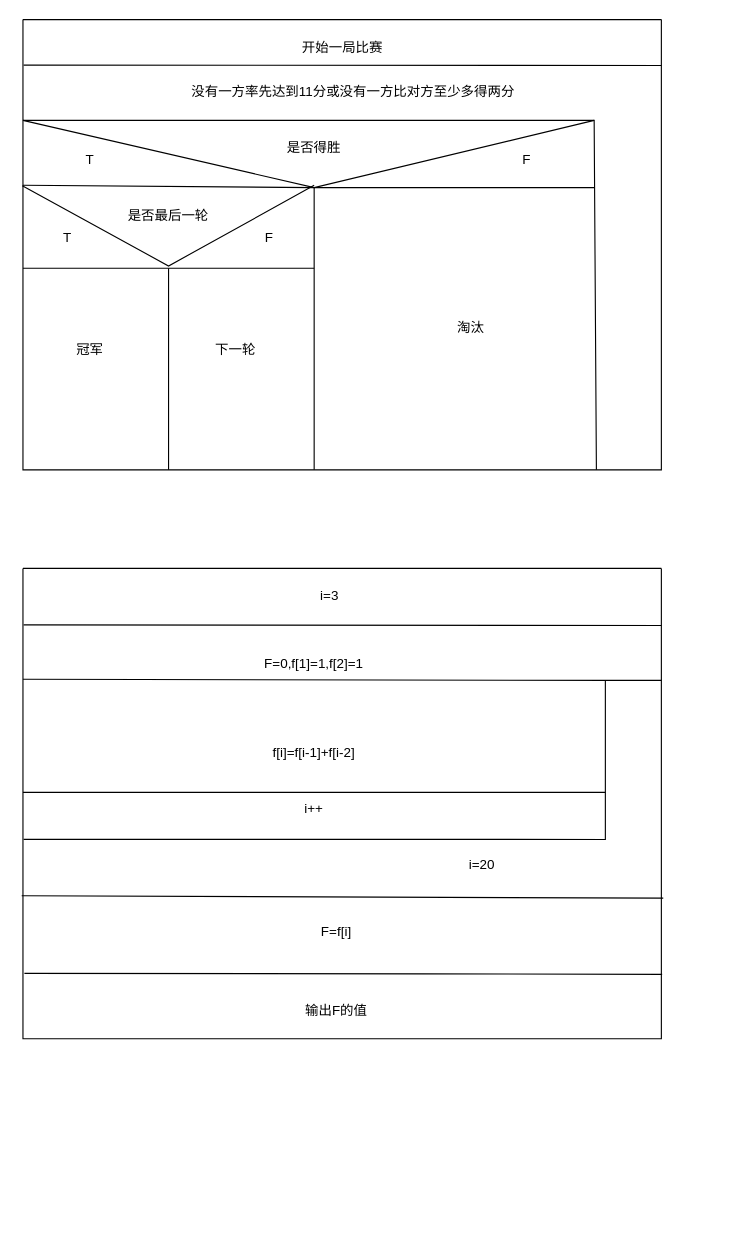
The draw.io diagram 控制流图（翻译第四课）.drawio in huapigudemilu/engineeringsoftware, before the edit. Source tidied: cells renumbered, new cells numbered last; positions are measured from the earlier drawing's top-left corner, leaving out a move shared by most shapes. Both pictures are drawn from the tidied source at 112%, with x=0, y=0 at pixel (22, 19).
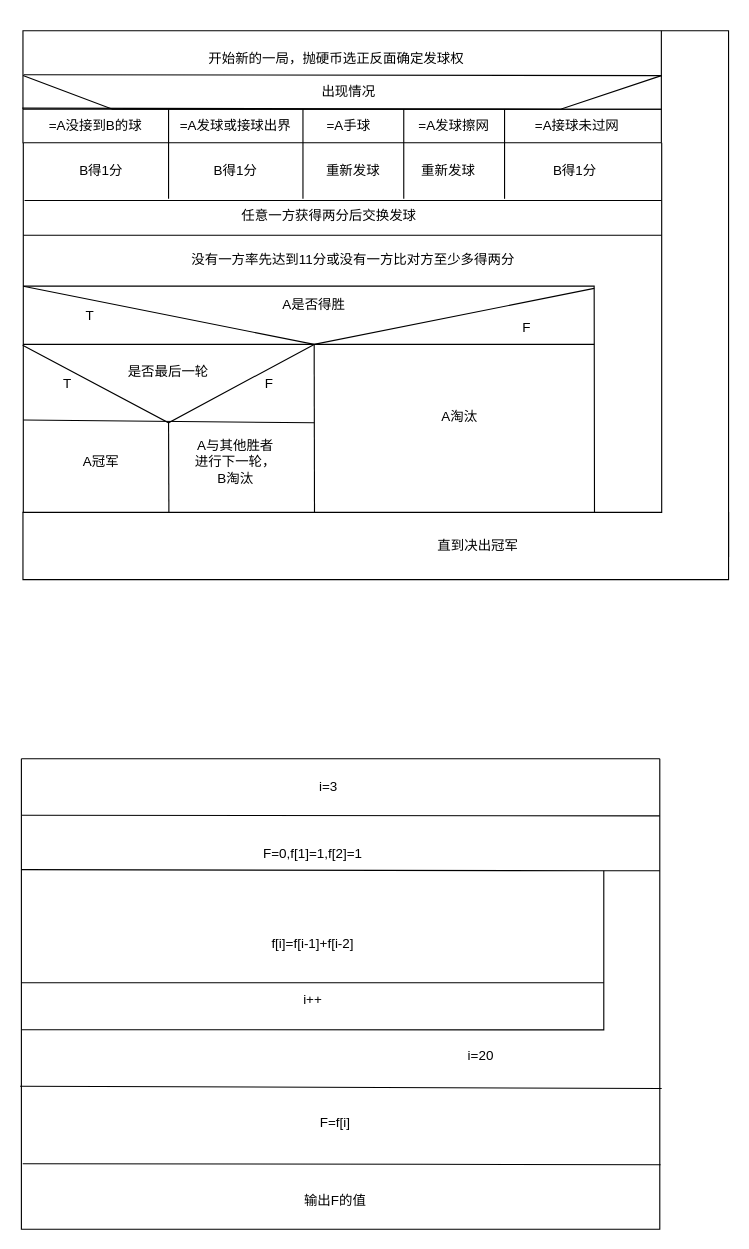
The same diagram, later.

Commit message (it also covers changes not shown here):
更新控制流图（翻译第四课）.drawio

Change to the diagram source:
```diff
@@
     <mxCell id="2" style="swimlane;startSize=0;" parent="1" vertex="1">
-      <mxGeometry width="570" height="402" as="geometry" />
+      <mxGeometry x="0.3" y="110" width="570" height="330" as="geometry" />
     </mxCell>
     <mxCell id="3" value="没有一方率先达到11分或没有一方比对方至少多得两分" style="text;html=1;strokeColor=none;fillColor=none;align=center;verticalAlign=middle;whiteSpace=wrap;rounded=0;" parent="2" vertex="1">
-      <mxGeometry x="90" y="50" width="410" height="30" as="geometry" />
+      <mxGeometry x="90" y="90" width="410" height="30" as="geometry" />
     </mxCell>
-    <mxCell id="4" style="endArrow=none;html=1;rounded=0;" parent="2" edge="1">
+    <mxCell id="4" style="endArrow=none;html=1;rounded=0;exitX=0;exitY=0.388;exitDx=0;exitDy=0;exitPerimeter=0;" parent="2" edge="1" source="2">
       <mxGeometry relative="1" as="geometry">
-        <mxPoint y="90" as="sourcePoint" />
-        <mxPoint x="510" y="90" as="targetPoint" />
+        <mxPoint x="509.7" y="130" as="targetPoint" />
         <Array as="points">
-          <mxPoint x="260" y="150" />
+          <mxPoint x="259.7" y="180" />
         </Array>
       </mxGeometry>
     </mxCell>
-    <mxCell id="5" value="是否得胜" style="text;html=1;strokeColor=none;fillColor=none;align=center;verticalAlign=middle;whiteSpace=wrap;rounded=0;" parent="2" vertex="1">
-      <mxGeometry x="230" y="100" width="60" height="30" as="geometry" />
+    <mxCell id="5" value="A是否得胜" style="text;html=1;strokeColor=none;fillColor=none;align=center;verticalAlign=middle;whiteSpace=wrap;rounded=0;" parent="2" vertex="1">
+      <mxGeometry x="230" y="130" width="60" height="30" as="geometry" />
     </mxCell>
-    <mxCell id="6" style="endArrow=none;html=1;rounded=0;exitX=0;exitY=0.368;exitDx=0;exitDy=0;exitPerimeter=0;" parent="2" edge="1" source="2">
+    <mxCell id="6" style="endArrow=none;html=1;rounded=0;" parent="2" edge="1">
       <mxGeometry relative="1" as="geometry">
-        <mxPoint x="510" y="150" as="targetPoint" />
-        <Array as="points">
-          <mxPoint x="260" y="150" />
-        </Array>
+        <mxPoint x="-0.3" y="180" as="sourcePoint" />
+        <mxPoint x="509.7" y="180" as="targetPoint" />
       </mxGeometry>
     </mxCell>
     <mxCell id="7" value="T" style="text;html=1;strokeColor=none;fillColor=none;align=center;verticalAlign=middle;whiteSpace=wrap;rounded=0;" parent="2" vertex="1">
-      <mxGeometry x="30" y="110" width="60" height="30" as="geometry" />
+      <mxGeometry x="30" y="140" width="60" height="30" as="geometry" />
     </mxCell>
     <mxCell id="8" value="F" style="text;html=1;strokeColor=none;fillColor=none;align=center;verticalAlign=middle;whiteSpace=wrap;rounded=0;" parent="2" vertex="1">
-      <mxGeometry x="420" y="110" width="60" height="30" as="geometry" />
+      <mxGeometry x="420" y="150" width="60" height="30" as="geometry" />
     </mxCell>
-    <mxCell id="9" value="淘汰" style="text;html=1;strokeColor=none;fillColor=none;align=center;verticalAlign=middle;whiteSpace=wrap;rounded=0;" parent="2" vertex="1">
-      <mxGeometry x="370" y="260" width="60" height="30" as="geometry" />
+    <mxCell id="9" value="A淘汰" style="text;html=1;strokeColor=none;fillColor=none;align=center;verticalAlign=middle;whiteSpace=wrap;rounded=0;" parent="2" vertex="1">
+      <mxGeometry x="360" y="230" width="60" height="30" as="geometry" />
     </mxCell>
-    <mxCell id="10" style="endArrow=none;html=1;rounded=0;exitX=-0.001;exitY=0.369;exitDx=0;exitDy=0;exitPerimeter=0;" parent="2" edge="1" source="2">
+    <mxCell id="10" style="endArrow=none;html=1;rounded=0;exitX=-0.001;exitY=0.548;exitDx=0;exitDy=0;exitPerimeter=0;" parent="2" edge="1" source="2">
       <mxGeometry relative="1" as="geometry">
-        <mxPoint x="260" y="148" as="targetPoint" />
+        <mxPoint x="259.7" y="180" as="targetPoint" />
         <Array as="points">
-          <mxPoint x="130" y="220" />
+          <mxPoint x="129.7" y="250" />
         </Array>
       </mxGeometry>
     </mxCell>
     <mxCell id="11" value="是否最后一轮" style="text;html=1;strokeColor=none;fillColor=none;align=center;verticalAlign=middle;whiteSpace=wrap;rounded=0;" parent="2" vertex="1">
-      <mxGeometry x="80" y="160" width="100" height="30" as="geometry" />
+      <mxGeometry x="80" y="190" width="100" height="30" as="geometry" />
     </mxCell>
     <mxCell id="12" value="T" style="text;html=1;strokeColor=none;fillColor=none;align=center;verticalAlign=middle;whiteSpace=wrap;rounded=0;" parent="2" vertex="1">
-      <mxGeometry x="10" y="180" width="60" height="30" as="geometry" />
+      <mxGeometry x="10" y="200" width="60" height="30" as="geometry" />
     </mxCell>
     <mxCell id="13" value="F" style="text;html=1;strokeColor=none;fillColor=none;align=center;verticalAlign=middle;whiteSpace=wrap;rounded=0;" parent="2" vertex="1">
-      <mxGeometry x="190" y="180" width="60" height="30" as="geometry" />
+      <mxGeometry x="189.7" y="200" width="60" height="30" as="geometry" />
     </mxCell>
-    <mxCell id="14" value="冠军" style="text;html=1;strokeColor=none;fillColor=none;align=center;verticalAlign=middle;whiteSpace=wrap;rounded=0;" parent="2" vertex="1">
-      <mxGeometry x="30" y="280" width="60" height="30" as="geometry" />
+    <mxCell id="14" value="A冠军" style="text;html=1;strokeColor=none;fillColor=none;align=center;verticalAlign=middle;whiteSpace=wrap;rounded=0;" parent="2" vertex="1">
+      <mxGeometry x="40" y="270" width="60" height="30" as="geometry" />
     </mxCell>
-    <mxCell id="15" value="下一轮" style="text;html=1;strokeColor=none;fillColor=none;align=center;verticalAlign=middle;whiteSpace=wrap;rounded=0;" parent="2" vertex="1">
-      <mxGeometry x="160" y="280" width="60" height="30" as="geometry" />
+    <mxCell id="15" value="A与其他胜者进行下一轮，B淘汰" style="text;html=1;strokeColor=none;fillColor=none;align=center;verticalAlign=middle;whiteSpace=wrap;rounded=0;" parent="2" vertex="1">
+      <mxGeometry x="150" y="270" width="80" height="30" as="geometry" />
     </mxCell>
@@
-    <mxCell id="17" value="开始一局比赛" style="text;html=1;strokeColor=none;fillColor=none;align=center;verticalAlign=middle;whiteSpace=wrap;rounded=0;" parent="2" vertex="1">
-      <mxGeometry x="237.5" y="10" width="95" height="30" as="geometry" />
+    <mxCell id="17" value="任意一方获得两分后交换发球" style="text;html=1;strokeColor=none;fillColor=none;align=center;verticalAlign=middle;whiteSpace=wrap;rounded=0;" parent="2" vertex="1">
+      <mxGeometry x="171.7" y="50" width="202.5" height="30" as="geometry" />
     </mxCell>
+    <mxCell id="37" value="B得1分" style="text;html=1;strokeColor=none;fillColor=none;align=center;verticalAlign=middle;whiteSpace=wrap;rounded=0;" parent="2" vertex="1">
+      <mxGeometry x="40" y="10" width="60" height="30" as="geometry" />
+    </mxCell>
+    <mxCell id="38" value="B得1分" style="text;html=1;strokeColor=none;fillColor=none;align=center;verticalAlign=middle;whiteSpace=wrap;rounded=0;" parent="2" vertex="1">
+      <mxGeometry x="160" y="10" width="60" height="30" as="geometry" />
+    </mxCell>
+    <mxCell id="39" value="重新发球" style="text;html=1;strokeColor=none;fillColor=none;align=center;verticalAlign=middle;whiteSpace=wrap;rounded=0;" parent="2" vertex="1">
+      <mxGeometry x="265" y="10" width="60" height="30" as="geometry" />
+    </mxCell>
+    <mxCell id="40" style="endArrow=none;html=1;rounded=0;" parent="2" edge="1">
+      <mxGeometry relative="1" as="geometry">
+        <mxPoint x="339.7" y="50" as="sourcePoint" />
+        <mxPoint x="339.7" y="-30" as="targetPoint" />
+      </mxGeometry>
+    </mxCell>
+    <mxCell id="41" value="重新发球" style="text;html=1;strokeColor=none;fillColor=none;align=center;verticalAlign=middle;whiteSpace=wrap;rounded=0;" parent="2" vertex="1">
+      <mxGeometry x="349.7" y="10" width="60" height="30" as="geometry" />
+    </mxCell>
+    <mxCell id="42" value="B得1分" style="text;html=1;strokeColor=none;fillColor=none;align=center;verticalAlign=middle;whiteSpace=wrap;rounded=0;" parent="2" vertex="1">
+      <mxGeometry x="462.7" y="10" width="60" height="30" as="geometry" />
+    </mxCell>
     <mxCell id="18" style="endArrow=none;html=1;rounded=0;" parent="1" edge="1">
       <mxGeometry relative="1" as="geometry">
-        <mxPoint y="90" as="sourcePoint" />
-        <mxPoint x="512" y="402" as="targetPoint" />
+        <mxPoint y="238" as="sourcePoint" />
+        <mxPoint x="510.3" y="440" as="targetPoint" />
         <Array as="points">
-          <mxPoint x="510" y="90" />
+          <mxPoint x="510" y="238" />
         </Array>
       </mxGeometry>
     </mxCell>
     <mxCell id="19" style="endArrow=none;html=1;rounded=0;" parent="1" edge="1">
       <mxGeometry relative="1" as="geometry">
-        <mxPoint x="260" y="402" as="sourcePoint" />
-        <mxPoint x="260" y="150" as="targetPoint" />
+        <mxPoint x="260.3" y="440" as="sourcePoint" />
+        <mxPoint x="260" y="290" as="targetPoint" />
       </mxGeometry>
     </mxCell>
-    <mxCell id="20" style="endArrow=none;html=1;rounded=0;" parent="1" edge="1">
+    <mxCell id="20" style="endArrow=none;html=1;rounded=0;exitX=0;exitY=0.75;exitDx=0;exitDy=0;" parent="1" edge="1" source="2">
       <mxGeometry relative="1" as="geometry">
-        <mxPoint y="222" as="sourcePoint" />
-        <mxPoint x="260" y="222" as="targetPoint" />
-        <Array as="points">
-          <mxPoint x="130" y="222" />
-        </Array>
+        <mxPoint x="260" y="360" as="targetPoint" />
       </mxGeometry>
     </mxCell>
     <mxCell id="21" style="endArrow=none;html=1;rounded=0;" parent="1" edge="1">
       <mxGeometry relative="1" as="geometry">
-        <mxPoint x="130" y="222" as="sourcePoint" />
-        <mxPoint x="130" y="402" as="targetPoint" />
+        <mxPoint x="130" y="360" as="sourcePoint" />
+        <mxPoint x="130.3" y="440" as="targetPoint" />
       </mxGeometry>
     </mxCell>
     <mxCell id="22" style="swimlane;startSize=0;" parent="1" vertex="1">
-      <mxGeometry y="490" width="570" height="420" as="geometry" />
+      <mxGeometry x="-1.4" y="660" width="570" height="420" as="geometry" />
     </mxCell>
@@
     <mxCell id="31" style="endArrow=none;html=1;rounded=0;exitX=0.001;exitY=0.576;exitDx=0;exitDy=0;exitPerimeter=0;" parent="1" edge="1" source="22">
       <mxGeometry relative="1" as="geometry">
-        <mxPoint x="520" y="590" as="targetPoint" />
+        <mxPoint x="518.6" y="760" as="targetPoint" />
         <Array as="points">
-          <mxPoint x="520" y="732" />
-          <mxPoint x="520" y="690" />
+          <mxPoint x="518.6" y="902" />
+          <mxPoint x="518.6" y="860" />
         </Array>
       </mxGeometry>
     </mxCell>
-    <mxCell id="32" style="endArrow=none;html=1;rounded=0;exitX=0.001;exitY=0.101;exitDx=0;exitDy=0;exitPerimeter=0;" parent="1" edge="1" source="2">
-      <mxGeometry relative="1" as="geometry">
-        <mxPoint x="570" y="41" as="targetPoint" />
-      </mxGeometry>
+    <mxCell id="32" style="endArrow=none;html=1;rounded=0;exitX=0;exitY=0.25;exitDx=0;exitDy=0;entryX=1;entryY=0.25;entryDx=0;entryDy=0;" parent="1" edge="1" source="2" target="2">
+      <mxGeometry relative="1" as="geometry" />
     </mxCell>
     <mxCell id="33" style="endArrow=none;html=1;rounded=0;exitX=0.001;exitY=0.12;exitDx=0;exitDy=0;exitPerimeter=0;" parent="1" edge="1" source="22">
       <mxGeometry relative="1" as="geometry">
-        <mxPoint x="570" y="541" as="targetPoint" />
+        <mxPoint x="568.6" y="711" as="targetPoint" />
       </mxGeometry>
     </mxCell>
     <mxCell id="34" style="endArrow=none;html=1;rounded=0;exitX=0.004;exitY=0.861;exitDx=0;exitDy=0;exitPerimeter=0;entryX=1.003;entryY=0.863;entryDx=0;entryDy=0;entryPerimeter=0;" parent="1" edge="1">
       <mxGeometry relative="1" as="geometry">
-        <mxPoint x="1.3" y="851.6" as="sourcePoint" />
-        <mxPoint x="570.7" y="852.5" as="targetPoint" />
+        <mxPoint x="-0.2" y="1021.6" as="sourcePoint" />
+        <mxPoint x="569.3" y="1022.5" as="targetPoint" />
         <Array as="points">
-          <mxPoint x="359" y="852" />
+          <mxPoint x="357.6" y="1022" />
         </Array>
       </mxGeometry>
     </mxCell>
     <mxCell id="35" style="endArrow=none;html=1;rounded=0;" parent="1" edge="1">
       <mxGeometry relative="1" as="geometry">
-        <mxPoint y="589" as="sourcePoint" />
-        <mxPoint x="570" y="590" as="targetPoint" />
+        <mxPoint x="-1.4" y="759" as="sourcePoint" />
+        <mxPoint x="568.6" y="760" as="targetPoint" />
         <Array as="points">
-          <mxPoint x="520" y="590" />
+          <mxPoint x="518.6" y="760" />
         </Array>
       </mxGeometry>
     </mxCell>
@@
+    <mxCell id="43" style="shape=partialRectangle;whiteSpace=wrap;html=1;bottom=1;right=1;left=1;top=0;fillColor=none;routingCenterX=-0.5;rotation=-180;" parent="1" vertex="1">
+      <mxGeometry y="10" width="630" height="100" as="geometry" />
+    </mxCell>
+    <mxCell id="44" style="endArrow=none;html=1;rounded=0;" parent="1" edge="1">
+      <mxGeometry relative="1" as="geometry">
+        <mxPoint x="570" y="110" as="sourcePoint" />
+        <mxPoint x="570" y="10" as="targetPoint" />
+      </mxGeometry>
+    </mxCell>
+    <mxCell id="45" style="endArrow=none;html=1;rounded=0;entryX=0;entryY=0;entryDx=0;entryDy=0;" parent="1" edge="1" target="43">
+      <mxGeometry relative="1" as="geometry">
+        <mxPoint x="630" y="480" as="sourcePoint" />
+      </mxGeometry>
+    </mxCell>
+    <mxCell id="46" style="shape=partialRectangle;whiteSpace=wrap;html=1;bottom=1;right=1;left=1;top=0;fillColor=none;routingCenterX=-0.5;" parent="1" vertex="1">
+      <mxGeometry y="440" width="630" height="60" as="geometry" />
+    </mxCell>
+    <mxCell id="47" value="直到决出冠军" style="text;html=1;strokeColor=none;fillColor=none;align=center;verticalAlign=middle;whiteSpace=wrap;rounded=0;" parent="1" vertex="1">
+      <mxGeometry x="350" y="455" width="113" height="30" as="geometry" />
+    </mxCell>
+    <mxCell id="48" style="endArrow=none;html=1;rounded=0;exitX=0.999;exitY=0.608;exitDx=0;exitDy=0;exitPerimeter=0;" parent="1" edge="1" source="43">
+      <mxGeometry relative="1" as="geometry">
+        <mxPoint x="570" y="50" as="targetPoint" />
+      </mxGeometry>
+    </mxCell>
+    <mxCell id="49" value="开始新的一局，抛硬币选正反面确定发球权" style="text;html=1;strokeColor=none;fillColor=none;align=center;verticalAlign=middle;whiteSpace=wrap;rounded=0;" parent="1" vertex="1">
+      <mxGeometry x="140" y="20" width="280" height="30" as="geometry" />
+    </mxCell>
+    <mxCell id="50" style="endArrow=none;html=1;rounded=0;" parent="1" edge="1">
+      <mxGeometry relative="1" as="geometry">
+        <mxPoint y="80" as="sourcePoint" />
+        <mxPoint x="570" y="80" as="targetPoint" />
+      </mxGeometry>
+    </mxCell>
+    <mxCell id="51" style="endArrow=none;html=1;rounded=0;" parent="1" edge="1">
+      <mxGeometry relative="1" as="geometry">
+        <mxPoint x="570" y="80" as="sourcePoint" />
+        <mxPoint y="50" as="targetPoint" />
+        <Array as="points">
+          <mxPoint x="80" y="80" />
+        </Array>
+      </mxGeometry>
+    </mxCell>
+    <mxCell id="52" style="endArrow=none;html=1;rounded=0;exitX=1.001;exitY=0.31;exitDx=0;exitDy=0;exitPerimeter=0;" parent="1" edge="1" source="43">
+      <mxGeometry relative="1" as="geometry">
+        <mxPoint x="570" y="50" as="targetPoint" />
+        <Array as="points">
+          <mxPoint x="480" y="80" />
+        </Array>
+      </mxGeometry>
+    </mxCell>
+    <mxCell id="53" value="出现情况" style="text;html=1;strokeColor=none;fillColor=none;align=center;verticalAlign=middle;whiteSpace=wrap;rounded=0;" parent="1" vertex="1">
+      <mxGeometry x="260.5" y="50" width="60" height="30" as="geometry" />
+    </mxCell>
+    <mxCell id="54" style="endArrow=none;html=1;rounded=0;exitX=0.002;exitY=0.156;exitDx=0;exitDy=0;exitPerimeter=0;entryX=1;entryY=0.156;entryDx=0;entryDy=0;entryPerimeter=0;" parent="1" edge="1" source="2" target="2">
+      <mxGeometry relative="1" as="geometry" />
+    </mxCell>
+    <mxCell id="55" style="endArrow=none;html=1;rounded=0;" parent="1" edge="1">
+      <mxGeometry relative="1" as="geometry">
+        <mxPoint x="130" y="80" as="sourcePoint" />
+        <mxPoint x="130" y="160" as="targetPoint" />
+      </mxGeometry>
+    </mxCell>
+    <mxCell id="56" style="endArrow=none;html=1;rounded=0;" parent="1" edge="1">
+      <mxGeometry relative="1" as="geometry">
+        <mxPoint x="250" y="160" as="sourcePoint" />
+        <mxPoint x="250" y="80" as="targetPoint" />
+      </mxGeometry>
+    </mxCell>
+    <mxCell id="57" value="=A没接到B的球" style="text;html=1;strokeColor=none;fillColor=none;align=center;verticalAlign=middle;whiteSpace=wrap;rounded=0;" parent="1" vertex="1">
+      <mxGeometry x="20" y="80" width="90" height="30" as="geometry" />
+    </mxCell>
+    <mxCell id="58" value="=A发球或接球出界" style="text;html=1;strokeColor=none;fillColor=none;align=center;verticalAlign=middle;whiteSpace=wrap;rounded=0;" parent="1" vertex="1">
+      <mxGeometry x="130" y="80" width="120" height="30" as="geometry" />
+    </mxCell>
+    <mxCell id="59" value="=A手球" style="text;html=1;strokeColor=none;fillColor=none;align=center;verticalAlign=middle;whiteSpace=wrap;rounded=0;" parent="1" vertex="1">
+      <mxGeometry x="260.5" y="80" width="60" height="30" as="geometry" />
+    </mxCell>
+    <mxCell id="60" value="=A发球擦网" style="text;html=1;strokeColor=none;fillColor=none;align=center;verticalAlign=middle;whiteSpace=wrap;rounded=0;" parent="1" vertex="1">
+      <mxGeometry x="350" y="80" width="70" height="30" as="geometry" />
+    </mxCell>
+    <mxCell id="61" style="endArrow=none;html=1;rounded=0;" parent="1" edge="1">
+      <mxGeometry relative="1" as="geometry">
+        <mxPoint x="430" y="160" as="sourcePoint" />
+        <mxPoint x="430" y="80" as="targetPoint" />
+      </mxGeometry>
+    </mxCell>
+    <mxCell id="62" value="=A接球未过网" style="text;html=1;strokeColor=none;fillColor=none;align=center;verticalAlign=middle;whiteSpace=wrap;rounded=0;" parent="1" vertex="1">
+      <mxGeometry x="450" y="80" width="90" height="30" as="geometry" />
+    </mxCell>
```
